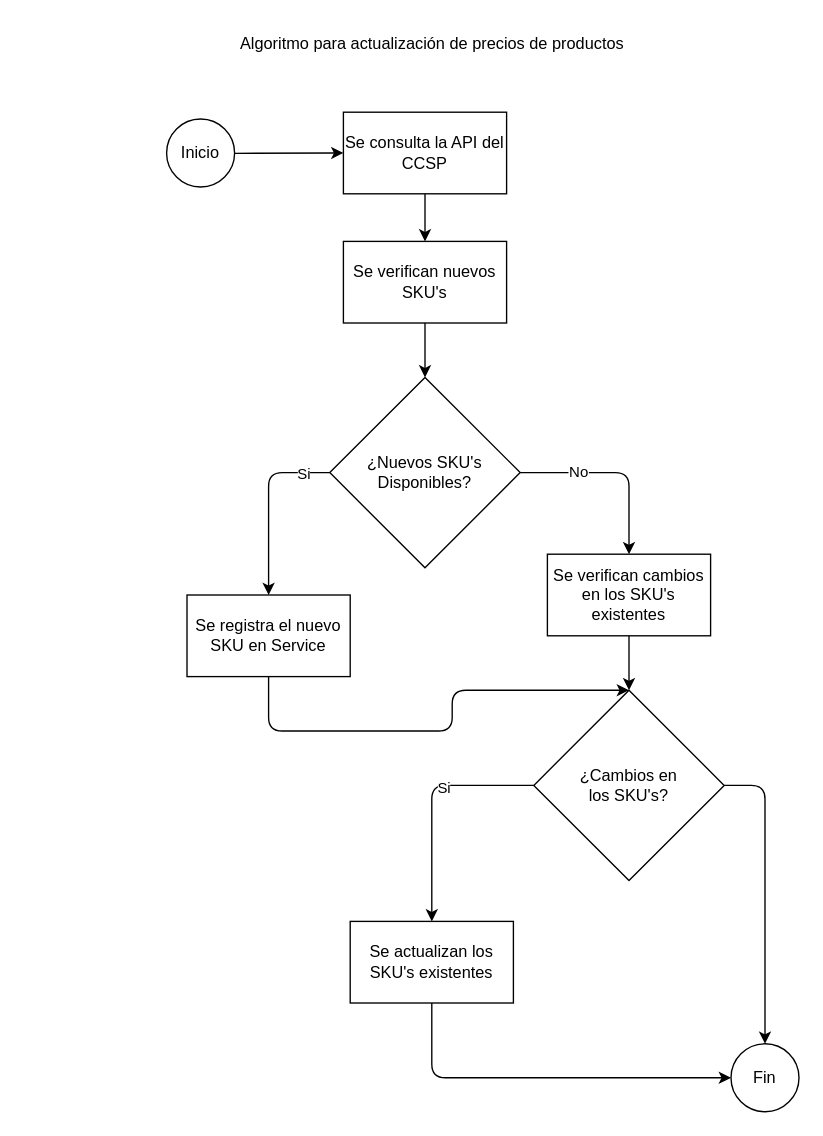
sebastianaf/pricecloud keeps this draw.io diagram as api-01/src/docs/update-service.drawio. Above is the earlier version. Source tidied: cells renumbered, new cells numbered last; positions are measured from the earlier drawing's top-left corner, leaving out a move shared by most shapes. Both pictures are drawn from the tidied source at 136%, with x=0, y=0 at pixel (166, 23).
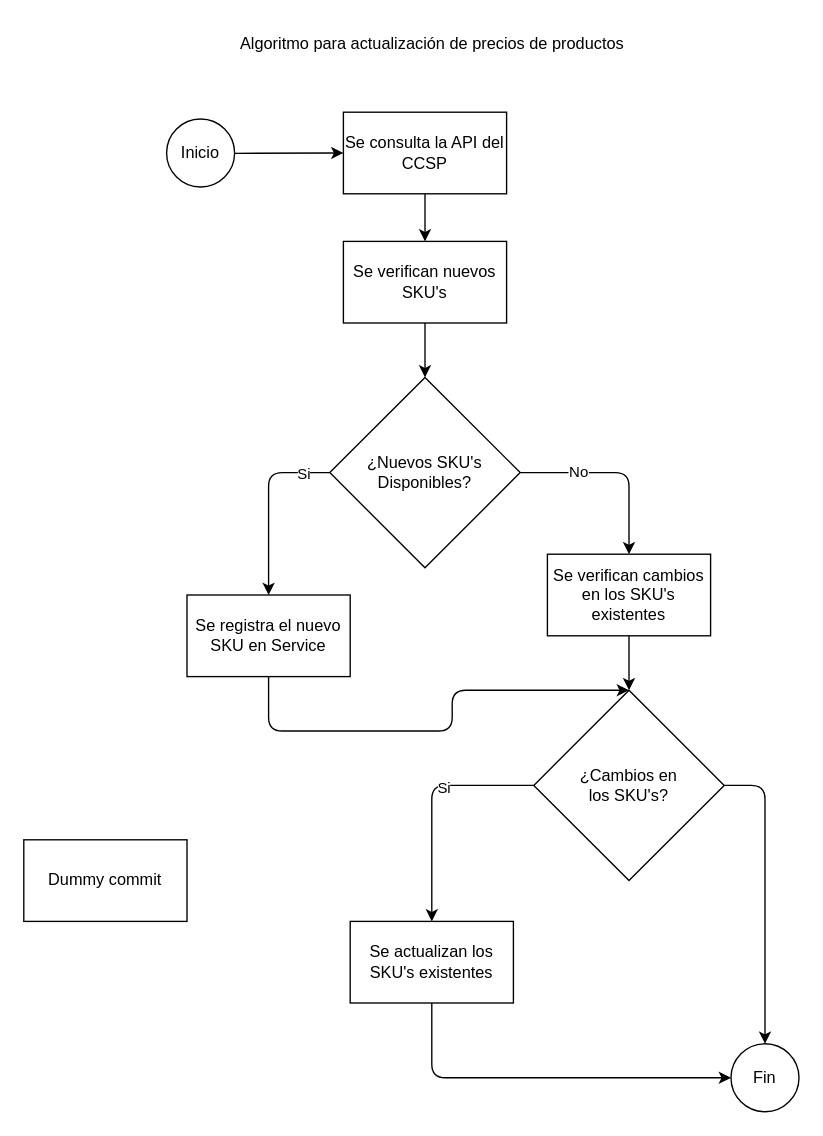
The same diagram, later.

The edit, as a diff of the source:
```diff
@@
+    <mxCell id="25" value="Dummy commit" style="rounded=0;whiteSpace=wrap;html=1;" parent="1" vertex="1">
+      <mxGeometry x="-105" y="600" width="120" height="60" as="geometry" />
+    </mxCell>
```
